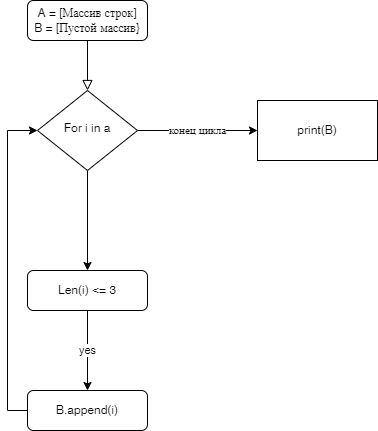
Earlier version of the draw.io export it-spec.png (VitalySch/it-spec). Source tidied: cells renumbered, new cells last; positions are measured from the earlier drawing's top-left corner, leaving out a move shared by most shapes.
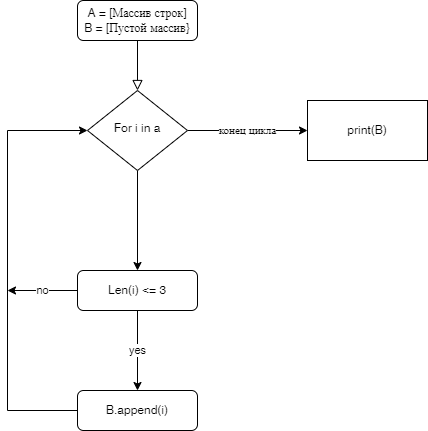
Later version of the same file.

The edit, as a diff of the source:
```diff
@@ -20,14 +20,19 @@
     <mxCell id="7" value="yes" style="edgeStyle=orthogonalEdgeStyle;rounded=0;jettySize=auto;html=1;exitX=0.5;exitY=1;exitDx=0;exitDy=0;" parent="1" edge="1" source="8" target="10">
       <mxGeometry relative="1" as="geometry" />
     </mxCell>
+    <mxCell id="12" value="no" style="edgeStyle=orthogonalEdgeStyle;rounded=0;jettySize=auto;html=1;exitX=0;exitY=0.5;exitDx=0;exitDy=0;" parent="1" edge="1" source="8">
+      <mxGeometry relative="1" as="geometry">
+        <mxPoint x="-50" y="290" as="targetPoint" />
+      </mxGeometry>
+    </mxCell>
     <mxCell id="8" value="Len(i) &amp;lt;= 3" style="rounded=1;whiteSpace=wrap;html=1;fontSize=12;glass=0;strokeWidth=1;shadow=0;" parent="1" vertex="1">
       <mxGeometry x="20" y="270" width="120" height="40" as="geometry" />
     </mxCell>
     <mxCell id="9" style="edgeStyle=orthogonalEdgeStyle;rounded=0;jettySize=auto;html=1;entryX=0;entryY=0.5;entryDx=0;entryDy=0;" parent="1" edge="1" source="10" target="6">
       <mxGeometry relative="1" as="geometry">
         <Array as="points">
-          <mxPoint y="410" />
-          <mxPoint y="130" />
+          <mxPoint x="-50" y="410" />
+          <mxPoint x="-50" y="130" />
         </Array>
       </mxGeometry>
     </mxCell>
```
